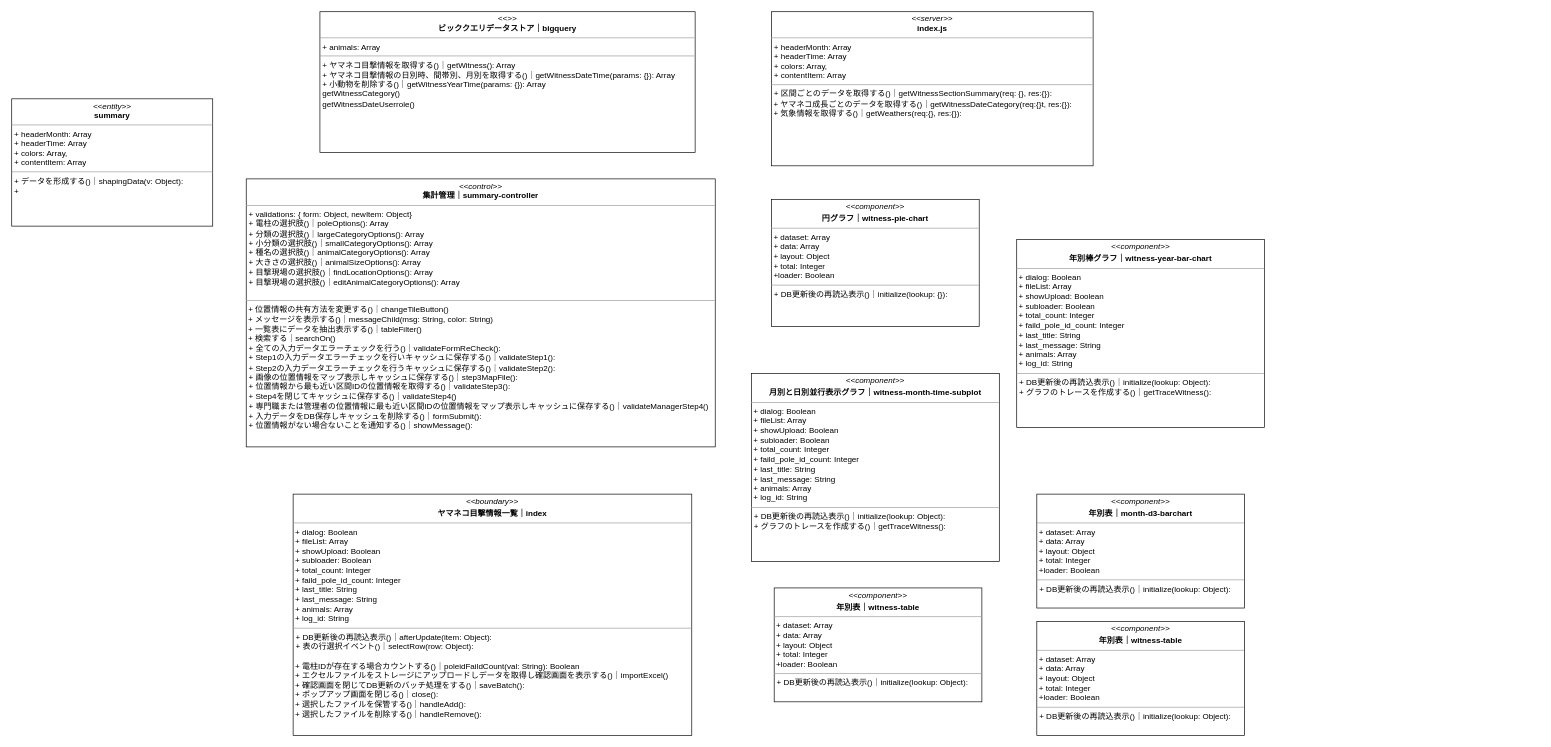
Above: iriomote-dashboard.drawio in kaoru387/draw.io (draw.io), before the change. Source tidied: cells renumbered, new cells numbered last; positions are measured from the earlier drawing's top-left corner, leaving out a move shared by most shapes. Both pictures are drawn from the tidied source at 67%, with x=0, y=0 at pixel (11, 11).
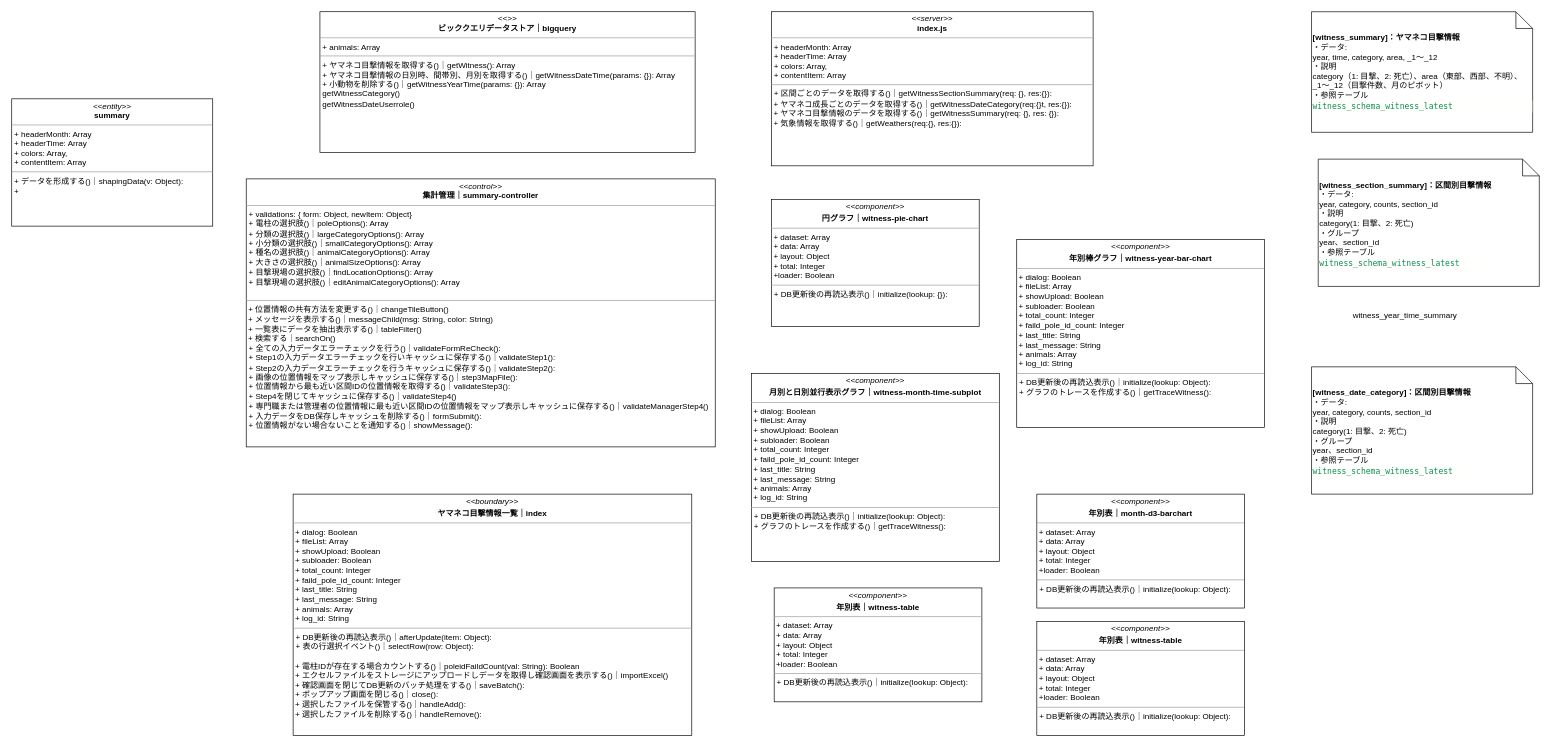
Above is the later version.

Commit message:
iriomote-dashboard.drawio を更新します

Diff of the diagram source:
```diff
@@
 <mxGraphModel>
   <root>
     <mxCell id="0" />
     <mxCell id="1" parent="0" />
     <mxCell id="2" value="&lt;p style=&quot;margin:0px;margin-top:4px;text-align:center;&quot;&gt;&lt;i&gt;&amp;lt;&amp;lt;control&amp;gt;&amp;gt;&lt;/i&gt;&lt;br&gt;&lt;b&gt;集計管理｜summary-controller&lt;/b&gt;&lt;/p&gt;&lt;hr size=&quot;1&quot;&gt;&lt;p style=&quot;margin:0px;margin-left:4px;&quot;&gt;+ validations: { form: Object, newItem: Object}&lt;br&gt;+ 電柱の選択肢()｜poleOptions(): Array&lt;br&gt;&lt;/p&gt;&lt;p style=&quot;margin:0px;margin-left:4px;&quot;&gt;+ 分類の選択肢()｜largeCategoryOptions(): Array&lt;br&gt;&lt;/p&gt;&lt;p style=&quot;margin:0px;margin-left:4px;&quot;&gt;+ 小分類の選択肢()｜smallCategoryOptions(): Array&lt;br&gt;&lt;/p&gt;&lt;p style=&quot;margin:0px;margin-left:4px;&quot;&gt;+ 種名の選択肢()｜animalCategoryOptions(): Array&lt;br&gt;&lt;/p&gt;&lt;p style=&quot;margin:0px;margin-left:4px;&quot;&gt;+ 大きさの選択肢()｜animalSizeOptions(): Array&lt;br&gt;&lt;/p&gt;&lt;p style=&quot;margin:0px;margin-left:4px;&quot;&gt;+ 目撃現場の選択肢()｜findLocationOptions(): Array&lt;br&gt;&lt;/p&gt;&lt;p style=&quot;margin:0px;margin-left:4px;&quot;&gt;+ 目撃現場の選択肢()｜editAnimalCategoryOptions(): Array&lt;/p&gt;&lt;br&gt;&lt;div&gt;&lt;/div&gt;&lt;hr size=&quot;1&quot;&gt;&lt;p style=&quot;margin:0px;margin-left:4px;&quot;&gt;&lt;/p&gt;&amp;nbsp;&lt;span style=&quot;background-color: initial;&quot;&gt;+&amp;nbsp;&lt;/span&gt;位置情報の共有方法を変更する()｜&lt;span style=&quot;background-color: initial;&quot;&gt;changeTileButton()&lt;/span&gt;&lt;br&gt;&amp;nbsp;+ メッセージを表示する()｜&lt;span style=&quot;background-color: initial;&quot;&gt;messageChild(msg: String, color: String)&lt;/span&gt;&lt;span style=&quot;background-color: initial;&quot;&gt;&lt;br&gt;&lt;/span&gt;&amp;nbsp;+ 一覧表にデータを抽出表示する()｜&lt;span style=&quot;background-color: initial;&quot;&gt;tableFilter()&lt;br&gt;&lt;/span&gt;&lt;span style=&quot;background-color: initial;&quot;&gt;&amp;nbsp;+ 検索する｜searchOn()&lt;br&gt;&lt;/span&gt;&lt;p style=&quot;margin: 0px 0px 0px 4px;&quot;&gt;&lt;span style=&quot;background-color: initial;&quot;&gt;+ 全ての入力データエラーチェックを行う()｜validateFormReCheck():&amp;nbsp;&lt;/span&gt;&lt;/p&gt;&lt;p style=&quot;margin: 0px 0px 0px 4px;&quot;&gt;+ Step1の入力データエラーチェックを行いキャッシュに保存する()｜validateStep1():&lt;/p&gt;&lt;p style=&quot;margin: 0px 0px 0px 4px;&quot;&gt;+ Step2の入力データエラーチェックを行うキャッシュに保存する()｜validateStep2():&lt;/p&gt;&lt;p style=&quot;margin: 0px 0px 0px 4px;&quot;&gt;+ 画像の位置情報をマップ表示しキャッシュに保存する()｜step3MapFile():&lt;/p&gt;&lt;p style=&quot;margin: 0px 0px 0px 4px;&quot;&gt;+ 位置情報から最も近い区間IDの位置情報を取得する()｜validateStep3():&lt;/p&gt;&lt;p style=&quot;margin: 0px 0px 0px 4px;&quot;&gt;+ Step4を閉じてキャッシュに保存する()｜validateStep4()&lt;/p&gt;&lt;p style=&quot;margin: 0px 0px 0px 4px;&quot;&gt;+ 専門職または管理者の位置情報に最も近い区間IDの位置情報をマップ表示しキャッシュに保存する()｜validateManagerStep4()&lt;/p&gt;&lt;p style=&quot;margin: 0px 0px 0px 4px;&quot;&gt;+ 入力データをDB保存しキャッシュを削除する()｜formSubmit():&lt;/p&gt;&lt;p style=&quot;margin: 0px 0px 0px 4px;&quot;&gt;+ 位置情報がない場合ないことを通知する()｜showMessage():&amp;nbsp;&lt;/p&gt;" style="verticalAlign=top;align=left;overflow=fill;fontSize=12;fontFamily=Helvetica;html=1;" parent="1" vertex="1">
       <mxGeometry x="350" y="249.5" width="700" height="400" as="geometry" />
     </mxCell>
     <mxCell id="3" value="&lt;p style=&quot;margin:0px;margin-top:4px;text-align:center;&quot;&gt;&lt;i&gt;&amp;lt;&amp;lt;&amp;gt;&amp;gt;&lt;/i&gt;&lt;br&gt;&lt;b&gt;ビッククエリデータストア｜bigquery&lt;/b&gt;&lt;br&gt;&lt;/p&gt;&lt;hr size=&quot;1&quot;&gt;&lt;p style=&quot;margin:0px;margin-left:4px;&quot;&gt;+ animals: Array&lt;/p&gt;&lt;hr size=&quot;1&quot;&gt;&lt;p style=&quot;margin:0px;margin-left:4px;&quot;&gt;&lt;span style=&quot;background-color: initial;&quot;&gt;+ ヤマネコ目撃情報を取得する()｜getWitness(): Array&lt;/span&gt;&lt;br&gt;&lt;/p&gt;&lt;p style=&quot;margin:0px;margin-left:4px;&quot;&gt;+ ヤマネコ目撃情報の日別時、間帯別、月別を取得する()｜getWitnessDateTime(params: {}): Array&lt;br&gt;&lt;/p&gt;&lt;p style=&quot;margin:0px;margin-left:4px;&quot;&gt;+ 小動物を削除する()｜getWitnessYearTime(params: {}): Array&lt;br&gt;&lt;/p&gt;&lt;p style=&quot;margin:0px;margin-left:4px;&quot;&gt;getWitnessCategory()&lt;br&gt;&lt;/p&gt;&lt;p style=&quot;margin:0px;margin-left:4px;&quot;&gt;getWitnessDateUserrole()&lt;br&gt;&lt;/p&gt;" style="verticalAlign=top;align=left;overflow=fill;fontSize=12;fontFamily=Helvetica;html=1;fontColor=#000000;" parent="1" vertex="1">
       <mxGeometry x="460" width="560" height="210" as="geometry" />
     </mxCell>
     <mxCell id="4" value="&lt;p style=&quot;margin:0px;margin-top:4px;text-align:center;&quot;&gt;&lt;i&gt;&amp;lt;&amp;lt;boundary&amp;gt;&amp;gt;&lt;/i&gt;&lt;b&gt;&lt;br&gt;&lt;/b&gt;&lt;/p&gt;&lt;p style=&quot;margin:0px;margin-top:4px;text-align:center;&quot;&gt;&lt;b&gt;ヤマネコ目撃情報一覧｜index&lt;/b&gt;&lt;/p&gt;&lt;hr size=&quot;1&quot;&gt;&lt;div&gt;&amp;nbsp;+ dialog: Boolean&lt;/div&gt;&lt;div&gt;&amp;nbsp;+ fileList: Array&amp;nbsp;&lt;/div&gt;&lt;div&gt;&amp;nbsp;+ showUpload: Boolean&lt;/div&gt;&lt;div&gt;&amp;nbsp;+ subloader: Boolean&lt;/div&gt;&lt;div&gt;&amp;nbsp;+ total_count: Integer&lt;/div&gt;&lt;div&gt;&amp;nbsp;+ faild_pole_id_count: Integer&lt;/div&gt;&lt;div&gt;&amp;nbsp;+ last_title: String&lt;/div&gt;&lt;div&gt;&amp;nbsp;+ last_message: String&lt;/div&gt;&lt;div&gt;&amp;nbsp;+ animals: Array&lt;/div&gt;&lt;div&gt;&amp;nbsp;+ log_id: String&lt;/div&gt;&lt;hr size=&quot;1&quot;&gt;&lt;p style=&quot;margin:0px;margin-left:4px;&quot;&gt;+ DB更新後の再読込表示()｜afterUpdate(item: Object):&amp;nbsp;&lt;span style=&quot;background-color: initial;&quot;&gt;&lt;br&gt;&lt;/span&gt;&lt;/p&gt;&lt;p style=&quot;margin:0px;margin-left:4px;&quot;&gt;+ 表の行選択イベント()｜selectRow(row: Object):&amp;nbsp;&lt;br&gt;&lt;/p&gt;&lt;p style=&quot;margin:0px;margin-left:4px;&quot;&gt;&lt;/p&gt;&lt;br&gt;&amp;nbsp;+&amp;nbsp;電柱IDが存在する場合カウントする()｜poleidFaildCount(val: String): Boolean&lt;br&gt;&amp;nbsp;+ エクセルファイルをストレージにアップロードしデータを取得し確認画面を表示する()｜importExcel()&lt;br&gt;&amp;nbsp;+ 確認画面を閉じてDB更新のバッチ処理をする()｜saveBatch():&amp;nbsp;&lt;br&gt;&amp;nbsp;+ ポップアップ画面を閉じる()｜close():&amp;nbsp;&lt;br&gt;&amp;nbsp;+ 選択したファイルを保管する()｜handleAdd():&amp;nbsp;&lt;br&gt;&amp;nbsp;+ 選択したファイルを削除する()｜handleRemove():&amp;nbsp;" style="verticalAlign=top;align=left;overflow=fill;fontSize=12;fontFamily=Helvetica;html=1;" parent="1" vertex="1">
       <mxGeometry x="420" y="720" width="595" height="360" as="geometry" />
     </mxCell>
     <mxCell id="5" value="&lt;p style=&quot;margin:0px;margin-top:4px;text-align:center;&quot;&gt;&lt;i&gt;&amp;lt;&amp;lt;component&amp;gt;&amp;gt;&lt;/i&gt;&lt;b&gt;&lt;br&gt;&lt;/b&gt;&lt;/p&gt;&lt;p style=&quot;margin:0px;margin-top:4px;text-align:center;&quot;&gt;&lt;b&gt;月別と日別並行表示グラフ｜witness-month-time-subplot&lt;/b&gt;&lt;/p&gt;&lt;hr size=&quot;1&quot;&gt;&lt;div&gt;&amp;nbsp;+ dialog: Boolean&lt;/div&gt;&lt;div&gt;&amp;nbsp;+ fileList: Array&amp;nbsp;&lt;/div&gt;&lt;div&gt;&amp;nbsp;+ showUpload: Boolean&lt;/div&gt;&lt;div&gt;&amp;nbsp;+ subloader: Boolean&lt;/div&gt;&lt;div&gt;&amp;nbsp;+ total_count: Integer&lt;/div&gt;&lt;div&gt;&amp;nbsp;+ faild_pole_id_count: Integer&lt;/div&gt;&lt;div&gt;&amp;nbsp;+ last_title: String&lt;/div&gt;&lt;div&gt;&amp;nbsp;+ last_message: String&lt;/div&gt;&lt;div&gt;&amp;nbsp;+ animals: Array&lt;/div&gt;&lt;div&gt;&amp;nbsp;+ log_id: String&lt;/div&gt;&lt;hr size=&quot;1&quot;&gt;&lt;p style=&quot;margin:0px;margin-left:4px;&quot;&gt;+ DB更新後の再読込表示()｜initialize(lookup: Object):&amp;nbsp;&lt;span style=&quot;background-color: initial;&quot;&gt;&lt;br&gt;&lt;/span&gt;&lt;/p&gt;&lt;p style=&quot;margin:0px;margin-left:4px;&quot;&gt;+ グラフのトレース&lt;span style=&quot;background-color: initial;&quot;&gt;を作成する()｜getTraceWitness():&amp;nbsp;&lt;/span&gt;&lt;/p&gt;&lt;p style=&quot;margin:0px;margin-left:4px;&quot;&gt;&lt;/p&gt;" style="verticalAlign=top;align=left;overflow=fill;fontSize=12;fontFamily=Helvetica;html=1;" parent="1" vertex="1">
       <mxGeometry x="1104" y="540" width="370" height="280.5" as="geometry" />
     </mxCell>
     <mxCell id="6" value="&lt;p style=&quot;margin:0px;margin-top:4px;text-align:center;&quot;&gt;&lt;i&gt;&amp;lt;&amp;lt;component&amp;gt;&amp;gt;&lt;/i&gt;&lt;b&gt;&lt;br&gt;&lt;/b&gt;&lt;/p&gt;&lt;p style=&quot;margin:0px;margin-top:4px;text-align:center;&quot;&gt;&lt;b&gt;年別棒グラフ｜witness-year-bar-chart&lt;/b&gt;&lt;/p&gt;&lt;hr size=&quot;1&quot;&gt;&lt;div&gt;&amp;nbsp;+ dialog: Boolean&lt;/div&gt;&lt;div&gt;&amp;nbsp;+ fileList: Array&amp;nbsp;&lt;/div&gt;&lt;div&gt;&amp;nbsp;+ showUpload: Boolean&lt;/div&gt;&lt;div&gt;&amp;nbsp;+ subloader: Boolean&lt;/div&gt;&lt;div&gt;&amp;nbsp;+ total_count: Integer&lt;/div&gt;&lt;div&gt;&amp;nbsp;+ faild_pole_id_count: Integer&lt;/div&gt;&lt;div&gt;&amp;nbsp;+ last_title: String&lt;/div&gt;&lt;div&gt;&amp;nbsp;+ last_message: String&lt;/div&gt;&lt;div&gt;&amp;nbsp;+ animals: Array&lt;/div&gt;&lt;div&gt;&amp;nbsp;+ log_id: String&lt;/div&gt;&lt;hr size=&quot;1&quot;&gt;&lt;p style=&quot;margin:0px;margin-left:4px;&quot;&gt;+ DB更新後の再読込表示()｜initialize(lookup: Object):&amp;nbsp;&lt;span style=&quot;background-color: initial;&quot;&gt;&lt;br&gt;&lt;/span&gt;&lt;/p&gt;&lt;p style=&quot;margin:0px;margin-left:4px;&quot;&gt;+ グラフのトレース&lt;span style=&quot;background-color: initial;&quot;&gt;を作成する()｜getTraceWitness():&amp;nbsp;&lt;/span&gt;&lt;/p&gt;&lt;p style=&quot;margin:0px;margin-left:4px;&quot;&gt;&lt;/p&gt;" style="verticalAlign=top;align=left;overflow=fill;fontSize=12;fontFamily=Helvetica;html=1;" parent="1" vertex="1">
       <mxGeometry x="1500" y="340" width="370" height="280.5" as="geometry" />
     </mxCell>
     <mxCell id="7" value="&lt;p style=&quot;margin:0px;margin-top:4px;text-align:center;&quot;&gt;&lt;i&gt;&amp;lt;&amp;lt;component&amp;gt;&amp;gt;&lt;/i&gt;&lt;b&gt;&lt;br&gt;&lt;/b&gt;&lt;/p&gt;&lt;p style=&quot;margin:0px;margin-top:4px;text-align:center;&quot;&gt;&lt;b&gt;円グラフ｜witness-pie-chart&lt;/b&gt;&lt;/p&gt;&lt;hr size=&quot;1&quot;&gt;&lt;div&gt;&amp;nbsp;+ dataset: Array&lt;/div&gt;&lt;div&gt;&amp;nbsp;+ data: Array&amp;nbsp;&lt;/div&gt;&lt;div&gt;&lt;span style=&quot;background-color: initial;&quot;&gt;&amp;nbsp;+ layout: Object&lt;/span&gt;&lt;br&gt;&lt;/div&gt;&lt;div&gt;&amp;nbsp;+ total: Integer&lt;/div&gt;&lt;div&gt;&amp;nbsp;+loader: Boolean&lt;/div&gt;&lt;hr size=&quot;1&quot;&gt;&lt;p style=&quot;margin:0px;margin-left:4px;&quot;&gt;+ DB更新後の再読込表示()｜initialize(lookup: {}):&amp;nbsp;&lt;span style=&quot;background-color: initial;&quot;&gt;&lt;br&gt;&lt;/span&gt;&lt;/p&gt;&lt;p style=&quot;margin:0px;margin-left:4px;&quot;&gt;&lt;br&gt;&lt;/p&gt;&lt;p style=&quot;margin:0px;margin-left:4px;&quot;&gt;&lt;/p&gt;" style="verticalAlign=top;align=left;overflow=fill;fontSize=12;fontFamily=Helvetica;html=1;" parent="1" vertex="1">
       <mxGeometry x="1134" y="280" width="310" height="190" as="geometry" />
     </mxCell>
     <mxCell id="8" value="&lt;p style=&quot;margin:0px;margin-top:4px;text-align:center;&quot;&gt;&lt;i&gt;&amp;lt;&amp;lt;component&amp;gt;&amp;gt;&lt;/i&gt;&lt;b&gt;&lt;br&gt;&lt;/b&gt;&lt;/p&gt;&lt;p style=&quot;margin:0px;margin-top:4px;text-align:center;&quot;&gt;&lt;b&gt;年別表｜witness-table&lt;/b&gt;&lt;/p&gt;&lt;hr size=&quot;1&quot;&gt;&lt;div&gt;&amp;nbsp;+ dataset: Array&lt;/div&gt;&lt;div&gt;&amp;nbsp;+ data: Array&amp;nbsp;&lt;/div&gt;&lt;div&gt;&lt;span style=&quot;background-color: initial;&quot;&gt;&amp;nbsp;+ layout: Object&lt;/span&gt;&lt;br&gt;&lt;/div&gt;&lt;div&gt;&amp;nbsp;+ total: Integer&lt;/div&gt;&lt;div&gt;&amp;nbsp;+loader: Boolean&lt;/div&gt;&lt;hr size=&quot;1&quot;&gt;&lt;p style=&quot;margin:0px;margin-left:4px;&quot;&gt;+ DB更新後の再読込表示()｜initialize(lookup: Object):&amp;nbsp;&lt;span style=&quot;background-color: initial;&quot;&gt;&lt;br&gt;&lt;/span&gt;&lt;/p&gt;&lt;p style=&quot;margin:0px;margin-left:4px;&quot;&gt;&lt;br&gt;&lt;/p&gt;&lt;p style=&quot;margin:0px;margin-left:4px;&quot;&gt;&lt;/p&gt;" style="verticalAlign=top;align=left;overflow=fill;fontSize=12;fontFamily=Helvetica;html=1;" parent="1" vertex="1">
       <mxGeometry x="1138" y="860" width="310" height="170" as="geometry" />
     </mxCell>
     <mxCell id="9" value="&lt;p style=&quot;margin:0px;margin-top:4px;text-align:center;&quot;&gt;&lt;i&gt;&amp;lt;&amp;lt;component&amp;gt;&amp;gt;&lt;/i&gt;&lt;b&gt;&lt;br&gt;&lt;/b&gt;&lt;/p&gt;&lt;p style=&quot;margin:0px;margin-top:4px;text-align:center;&quot;&gt;&lt;b&gt;年別表｜witness-table&lt;/b&gt;&lt;/p&gt;&lt;hr size=&quot;1&quot;&gt;&lt;div&gt;&amp;nbsp;+ dataset: Array&lt;/div&gt;&lt;div&gt;&amp;nbsp;+ data: Array&amp;nbsp;&lt;/div&gt;&lt;div&gt;&lt;span style=&quot;background-color: initial;&quot;&gt;&amp;nbsp;+ layout: Object&lt;/span&gt;&lt;br&gt;&lt;/div&gt;&lt;div&gt;&amp;nbsp;+ total: Integer&lt;/div&gt;&lt;div&gt;&amp;nbsp;+loader: Boolean&lt;/div&gt;&lt;hr size=&quot;1&quot;&gt;&lt;p style=&quot;margin:0px;margin-left:4px;&quot;&gt;+ DB更新後の再読込表示()｜initialize(lookup: Object):&amp;nbsp;&lt;span style=&quot;background-color: initial;&quot;&gt;&lt;br&gt;&lt;/span&gt;&lt;/p&gt;&lt;p style=&quot;margin:0px;margin-left:4px;&quot;&gt;&lt;br&gt;&lt;/p&gt;&lt;p style=&quot;margin:0px;margin-left:4px;&quot;&gt;&lt;/p&gt;" style="verticalAlign=top;align=left;overflow=fill;fontSize=12;fontFamily=Helvetica;html=1;" parent="1" vertex="1">
       <mxGeometry x="1530" y="910" width="310" height="170" as="geometry" />
     </mxCell>
     <mxCell id="10" value="&lt;p style=&quot;margin:0px;margin-top:4px;text-align:center;&quot;&gt;&lt;i&gt;&amp;lt;&amp;lt;component&amp;gt;&amp;gt;&lt;/i&gt;&lt;b&gt;&lt;br&gt;&lt;/b&gt;&lt;/p&gt;&lt;p style=&quot;margin:0px;margin-top:4px;text-align:center;&quot;&gt;&lt;b&gt;年別表｜month-d3-barchart&lt;/b&gt;&lt;/p&gt;&lt;hr size=&quot;1&quot;&gt;&lt;div&gt;&amp;nbsp;+ dataset: Array&lt;/div&gt;&lt;div&gt;&amp;nbsp;+ data: Array&amp;nbsp;&lt;/div&gt;&lt;div&gt;&lt;span style=&quot;background-color: initial;&quot;&gt;&amp;nbsp;+ layout: Object&lt;/span&gt;&lt;br&gt;&lt;/div&gt;&lt;div&gt;&amp;nbsp;+ total: Integer&lt;/div&gt;&lt;div&gt;&amp;nbsp;+loader: Boolean&lt;/div&gt;&lt;hr size=&quot;1&quot;&gt;&lt;p style=&quot;margin:0px;margin-left:4px;&quot;&gt;+ DB更新後の再読込表示()｜initialize(lookup: Object):&amp;nbsp;&lt;span style=&quot;background-color: initial;&quot;&gt;&lt;br&gt;&lt;/span&gt;&lt;/p&gt;&lt;p style=&quot;margin:0px;margin-left:4px;&quot;&gt;&lt;br&gt;&lt;/p&gt;&lt;p style=&quot;margin:0px;margin-left:4px;&quot;&gt;&lt;/p&gt;" style="verticalAlign=top;align=left;overflow=fill;fontSize=12;fontFamily=Helvetica;html=1;" parent="1" vertex="1">
       <mxGeometry x="1530" y="720" width="310" height="170" as="geometry" />
     </mxCell>
     <mxCell id="11" value="&lt;p style=&quot;margin:0px;margin-top:4px;text-align:center;&quot;&gt;&lt;i&gt;&amp;lt;&amp;lt;entity&amp;gt;&amp;gt;&lt;/i&gt;&lt;br&gt;&lt;b&gt;summary&lt;/b&gt;&lt;/p&gt;&lt;hr size=&quot;1&quot;&gt;&lt;p style=&quot;margin:0px;margin-left:4px;&quot;&gt;+ headerMonth: Array&lt;br&gt;+ headerTime: Array&lt;br&gt;&lt;/p&gt;&lt;p style=&quot;margin:0px;margin-left:4px;&quot;&gt;+ colors: Array,&lt;/p&gt;&lt;p style=&quot;margin:0px;margin-left:4px;&quot;&gt;+ contentItem: Array&lt;/p&gt;&lt;hr size=&quot;1&quot;&gt;&lt;p style=&quot;margin:0px;margin-left:4px;&quot;&gt;&lt;span style=&quot;background-color: initial;&quot;&gt;+ データを形成する()｜shapingData(v: Object):&amp;nbsp;&lt;/span&gt;&lt;/p&gt;&lt;p style=&quot;margin:0px;margin-left:4px;&quot;&gt;+&amp;nbsp;&lt;/p&gt;" style="verticalAlign=top;align=left;overflow=fill;fontSize=12;fontFamily=Helvetica;html=1;" parent="1" vertex="1">
       <mxGeometry y="130" width="300" height="190" as="geometry" />
     </mxCell>
-    <mxCell id="12" value="&lt;p style=&quot;margin:0px;margin-top:4px;text-align:center;&quot;&gt;&lt;i&gt;&amp;lt;&amp;lt;server&amp;gt;&amp;gt;&lt;/i&gt;&lt;br&gt;&lt;b&gt;index.js&lt;/b&gt;&lt;/p&gt;&lt;hr size=&quot;1&quot;&gt;&lt;p style=&quot;margin:0px;margin-left:4px;&quot;&gt;+ headerMonth: Array&lt;br&gt;+ headerTime: Array&lt;br&gt;&lt;/p&gt;&lt;p style=&quot;margin:0px;margin-left:4px;&quot;&gt;+ colors: Array,&lt;/p&gt;&lt;p style=&quot;margin:0px;margin-left:4px;&quot;&gt;+ contentItem: Array&lt;/p&gt;&lt;hr size=&quot;1&quot;&gt;&lt;p style=&quot;margin:0px;margin-left:4px;&quot;&gt;&lt;span style=&quot;background-color: initial;&quot;&gt;+ 区間ごとのデータを取得する()｜getWitnessSectionSummary(req: {}, res:{}):&amp;nbsp;&lt;/span&gt;&lt;/p&gt;&amp;nbsp;+ ヤマネコ成長ごとのデータを取得する()｜&lt;span style=&quot;background-color: initial;&quot;&gt;getWitnessDateCategory(&lt;/span&gt;req:{}t, res:{}):&amp;nbsp;&lt;br&gt;&amp;nbsp;+ 気象情報を取得する()｜getWeathers(req:{}, res:{}):&amp;nbsp;&lt;p style=&quot;margin:0px;margin-left:4px;&quot;&gt;&amp;nbsp;&lt;/p&gt;" style="verticalAlign=top;align=left;overflow=fill;fontSize=12;fontFamily=Helvetica;html=1;" parent="1" vertex="1">
+    <mxCell id="12" value="&lt;p style=&quot;margin:0px;margin-top:4px;text-align:center;&quot;&gt;&lt;i&gt;&amp;lt;&amp;lt;server&amp;gt;&amp;gt;&lt;/i&gt;&lt;br&gt;&lt;b&gt;index.js&lt;/b&gt;&lt;/p&gt;&lt;hr size=&quot;1&quot;&gt;&lt;p style=&quot;margin:0px;margin-left:4px;&quot;&gt;+ headerMonth: Array&lt;br&gt;+ headerTime: Array&lt;br&gt;&lt;/p&gt;&lt;p style=&quot;margin:0px;margin-left:4px;&quot;&gt;+ colors: Array,&lt;/p&gt;&lt;p style=&quot;margin:0px;margin-left:4px;&quot;&gt;+ contentItem: Array&lt;/p&gt;&lt;hr size=&quot;1&quot;&gt;&lt;p style=&quot;margin:0px;margin-left:4px;&quot;&gt;&lt;span style=&quot;background-color: initial;&quot;&gt;+ 区間ごとのデータを取得する()｜getWitnessSectionSummary(req: {}, res:{}):&amp;nbsp;&lt;/span&gt;&lt;/p&gt;&amp;nbsp;+ ヤマネコ成長ごとのデータを取得する()｜&lt;span style=&quot;background-color: initial;&quot;&gt;getWitnessDateCategory(&lt;/span&gt;req:{}t, res:{}):&amp;nbsp;&lt;br&gt;&amp;nbsp;+ ヤマネコ目撃情報のデータを取得する()｜&lt;span style=&quot;background-color: initial;&quot;&gt;getWitnessSummary(req: {}, res: {}):&lt;/span&gt;&lt;br&gt;&amp;nbsp;+ 気象情報を取得する()｜getWeathers(req:{}, res:{}):&amp;nbsp;&lt;p style=&quot;margin:0px;margin-left:4px;&quot;&gt;&amp;nbsp;&lt;/p&gt;" style="verticalAlign=top;align=left;overflow=fill;fontSize=12;fontFamily=Helvetica;html=1;" parent="1" vertex="1">
       <mxGeometry x="1134" width="480" height="230" as="geometry" />
     </mxCell>
+    <mxCell id="13" value="&lt;b&gt;[witness_summary]：&lt;/b&gt;&lt;span style=&quot;text-align: left;&quot;&gt;&lt;b&gt;ヤマネコ目撃情報&lt;br&gt;&lt;/b&gt;・データ:&lt;br&gt;year, time, category, area, _1〜_12&lt;br&gt;・説明&lt;br&gt;category（&lt;/span&gt;1: 目撃、2: 死亡&lt;span style=&quot;text-align: left;&quot;&gt;）、area（東部、西部、不明）、&lt;/span&gt;_1〜_12（目撃件数、月のピボット）&lt;span style=&quot;text-align: left;&quot;&gt;&lt;br&gt;・参照テーブル&lt;br&gt;&lt;/span&gt;&lt;div style=&quot;background-color: rgb(255, 255, 254); font-family: &amp;quot;Roboto Mono&amp;quot;, Menlo, Monaco, &amp;quot;Courier New&amp;quot;, monospace; line-height: 18px;&quot;&gt;&lt;span style=&quot;color: #0d904f;&quot;&gt;witness_schema_witness_latest&lt;/span&gt;&lt;/div&gt;" style="shape=note2;boundedLbl=1;whiteSpace=wrap;html=1;size=25;verticalAlign=top;align=left;" parent="1" vertex="1">
+      <mxGeometry x="1940" width="330" height="180" as="geometry" />
+    </mxCell>
+    <mxCell id="14" value="&lt;b&gt;[witness_date_category]：&lt;/b&gt;&lt;b&gt;区間別目撃情報&lt;/b&gt;&lt;span style=&quot;text-align: left;&quot;&gt;&lt;b&gt;&lt;br&gt;&lt;/b&gt;・データ:&lt;br&gt;year, category, counts, section_id&lt;br&gt;・説明&lt;br&gt;category(1: 目撃、2: 死亡)&lt;br&gt;・グループ&lt;br&gt;year、section_id&lt;br&gt;・参照テーブル&lt;br&gt;&lt;/span&gt;&lt;div style=&quot;background-color: rgb(255, 255, 254); font-family: &amp;quot;Roboto Mono&amp;quot;, Menlo, Monaco, &amp;quot;Courier New&amp;quot;, monospace; line-height: 18px;&quot;&gt;&lt;span style=&quot;color: #0d904f;&quot;&gt;witness_schema_witness_latest&lt;/span&gt;&lt;/div&gt;" style="shape=note2;boundedLbl=1;whiteSpace=wrap;html=1;size=25;verticalAlign=top;align=left;" parent="1" vertex="1">
+      <mxGeometry x="1940" y="530" width="330" height="190" as="geometry" />
+    </mxCell>
+    <mxCell id="15" value="witness_year_time_summary" style="text;whiteSpace=wrap;html=1;" parent="1" vertex="1">
+      <mxGeometry x="2000" y="440" width="220" height="40" as="geometry" />
+    </mxCell>
+    <mxCell id="16" value="&lt;b&gt;[witness_section_summary]：&lt;/b&gt;&lt;b&gt;区間別目撃情報&lt;/b&gt;&lt;span style=&quot;text-align: left;&quot;&gt;&lt;b&gt;&lt;br&gt;&lt;/b&gt;・データ:&lt;br&gt;year, category, counts, section_id&lt;br&gt;・説明&lt;br&gt;category(1: 目撃、2: 死亡)&lt;br&gt;・グループ&lt;br&gt;year、section_id&lt;br&gt;・参照テーブル&lt;br&gt;&lt;/span&gt;&lt;div style=&quot;background-color: rgb(255, 255, 254); font-family: &amp;quot;Roboto Mono&amp;quot;, Menlo, Monaco, &amp;quot;Courier New&amp;quot;, monospace; line-height: 18px;&quot;&gt;&lt;span style=&quot;color: #0d904f;&quot;&gt;witness_schema_witness_latest&lt;/span&gt;&lt;/div&gt;" style="shape=note2;boundedLbl=1;whiteSpace=wrap;html=1;size=25;verticalAlign=top;align=left;" parent="1" vertex="1">
+      <mxGeometry x="1950" y="220" width="330" height="190" as="geometry" />
+    </mxCell>
   </root>
 </mxGraphModel>
```
